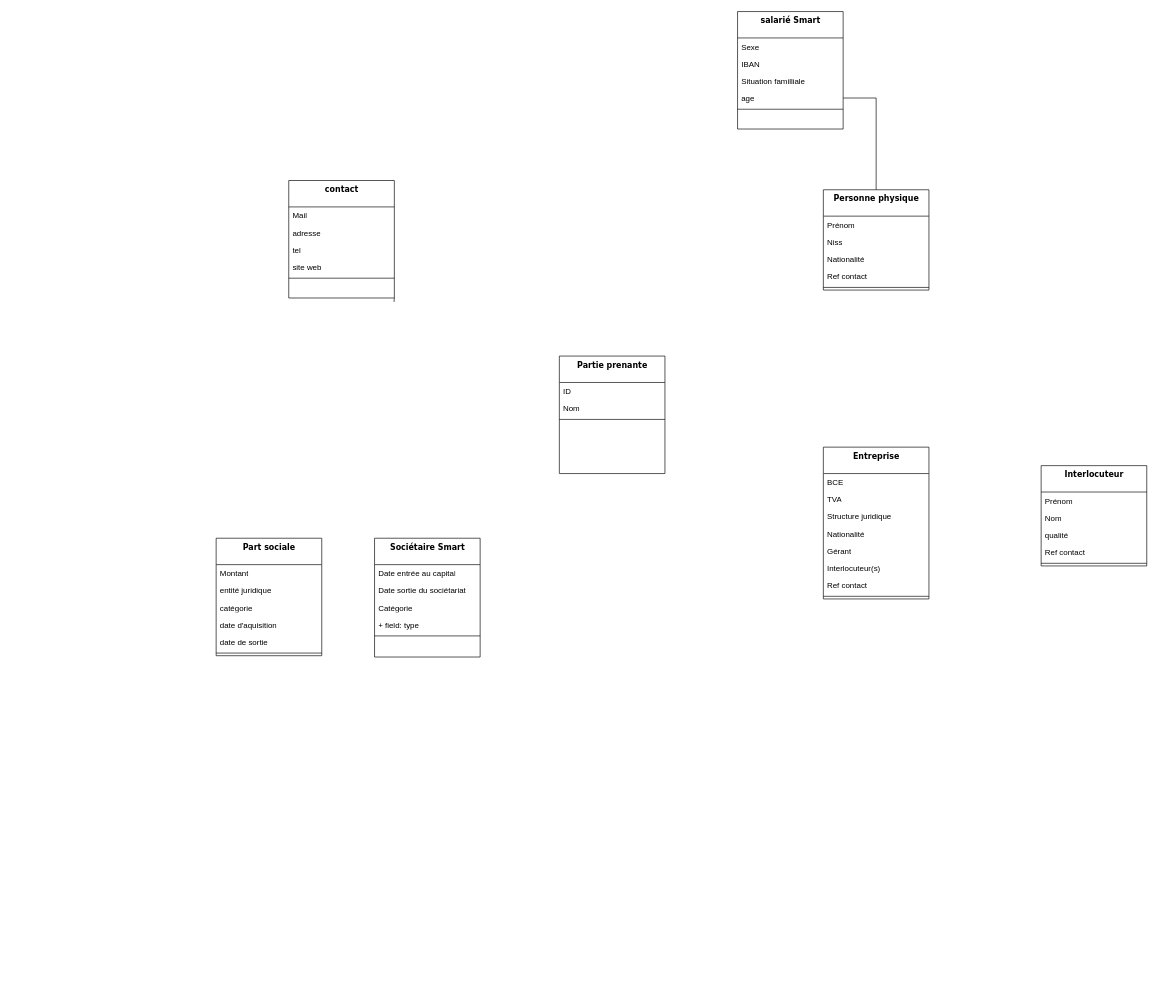
Idir-smart/SandBox keeps this draw.io diagram as page "Modèle conceptuel : Party" (2 of 5) of Model conceptuel.drawio. Above is the earlier version. Source tidied: cells renumbered, new cells numbered last; positions are measured from the earlier drawing's top-left corner, leaving out a move shared by most shapes. Both pictures are drawn from the tidied source at 66%, with x=0, y=0 at pixel (216, 11).
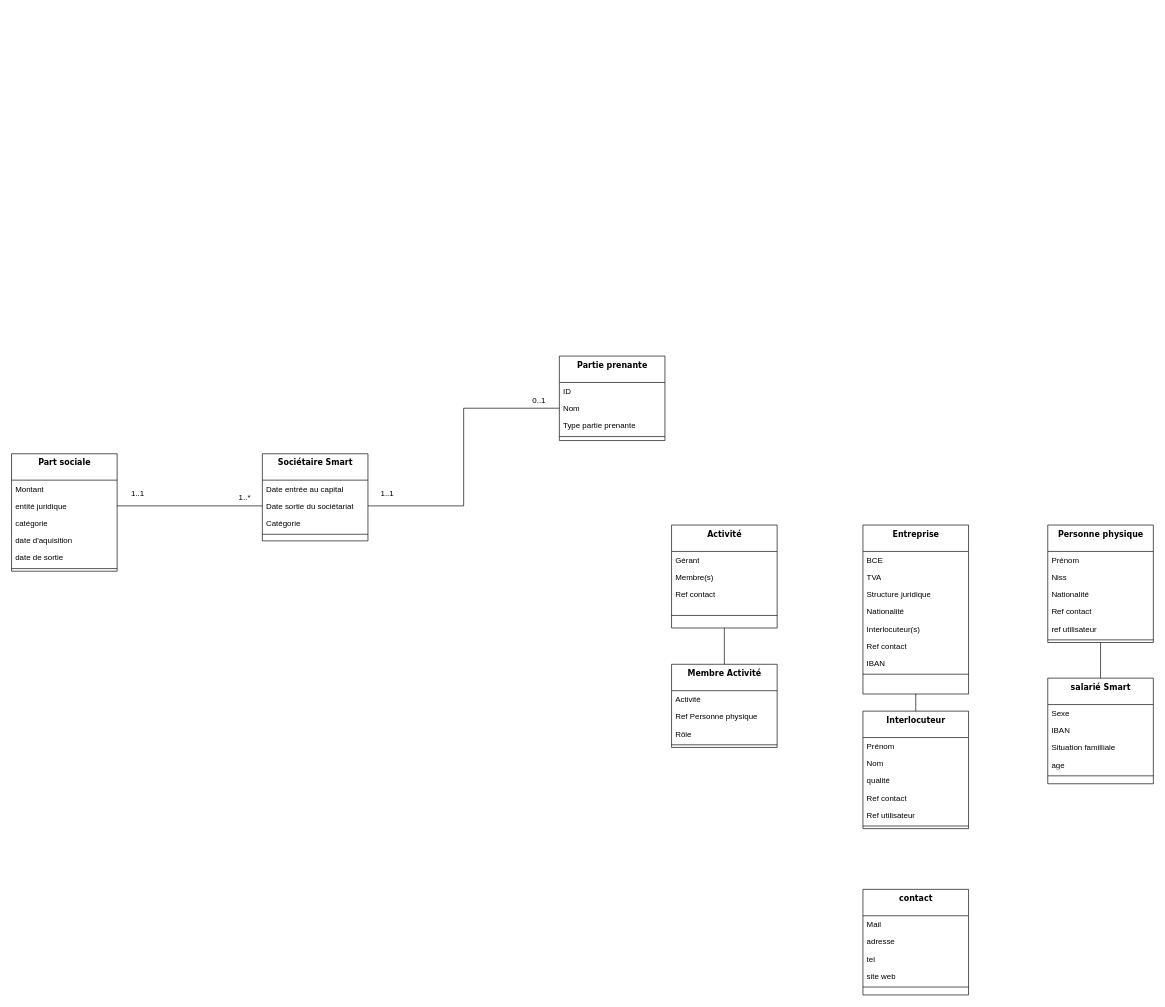
The same diagram, later.

Commit message (it also covers changes not shown here):
Mettre à jour Model conceptuel.drawio

Unchanged cells that the change refers to:
```xml
<mxCell id="4" value="Nom" style="text;html=1;strokeColor=none;fillColor=none;align=left;verticalAlign=top;spacingLeft=4;spacingRight=4;whiteSpace=wrap;overflow=hidden;points=[[0,0.5],[1,0.5]];portConstraint=eastwest;" parent="2" vertex="1">
  <mxGeometry y="66" width="160" height="26" as="geometry" />
</mxCell>
<mxCell id="26" value="age" style="text;html=1;strokeColor=none;fillColor=none;align=left;verticalAlign=top;spacingLeft=4;spacingRight=4;whiteSpace=wrap;overflow=hidden;points=[[0,0.5],[1,0.5]];portConstraint=eastwest;" parent="22" vertex="1">
  <mxGeometry y="118" width="160" height="26" as="geometry" />
</mxCell>
<mxCell id="30" value="Date sortie du sociétariat" style="text;html=1;strokeColor=none;fillColor=none;align=left;verticalAlign=top;spacingLeft=4;spacingRight=4;whiteSpace=wrap;overflow=hidden;points=[[0,0.5],[1,0.5]];portConstraint=eastwest;" parent="28" vertex="1">
  <mxGeometry y="66" width="160" height="26" as="geometry" />
</mxCell>
<mxCell id="43" value="entité juridique" style="text;html=1;strokeColor=none;fillColor=none;align=left;verticalAlign=top;spacingLeft=4;spacingRight=4;whiteSpace=wrap;overflow=hidden;points=[[0,0.5],[1,0.5]];portConstraint=eastwest;" parent="41" vertex="1">
  <mxGeometry y="66" width="160" height="26" as="geometry" />
</mxCell>
```

What changed in the source:
```diff
@@
     <mxCell id="2" value="Partie prenante" style="swimlane;html=1;fontStyle=1;align=center;verticalAlign=top;horizontal=1;startSize=40;swimlaneFillColor=#ffffff;rounded=0;shadow=0;comic=0;labelBackgroundColor=none;strokeWidth=1;fillColor=none;fontFamily=Verdana;fontSize=12;" parent="1" vertex="1">
-      <mxGeometry x="520" y="522" width="160" height="178" as="geometry" />
+      <mxGeometry x="520" y="522" width="160" height="128" as="geometry" />
     </mxCell>
@@
+    <mxCell id="54" value="Type partie prenante" style="text;html=1;strokeColor=none;fillColor=none;align=left;verticalAlign=top;spacingLeft=4;spacingRight=4;whiteSpace=wrap;overflow=hidden;" parent="2" vertex="1">
+      <mxGeometry y="92" width="160" height="26" as="geometry" />
+    </mxCell>
     <mxCell id="5" style="line;html=1;strokeWidth=1;fillColor=none;align=left;verticalAlign=middle;spacingTop=-1;spacingLeft=3;spacingRight=3;labelPosition=right;" parent="2" vertex="1">
-      <mxGeometry y="92" width="160" height="8" as="geometry" />
+      <mxGeometry y="118" width="160" height="8" as="geometry" />
     </mxCell>
+    <mxCell id="55" style="edgeStyle=orthogonalEdgeStyle;rounded=0;jettySize=auto;html=1;exitX=0.5;exitY=1;exitDx=0;exitDy=0;entryX=0.5;entryY=0;entryDx=0;entryDy=0;fontSize=12;startArrow=none;startFill=0;endArrow=none;endFill=0;endSize=6;" parent="1" edge="1" source="6" target="48">
+      <mxGeometry relative="1" as="geometry" />
+    </mxCell>
     <mxCell id="6" value="Entreprise" style="swimlane;html=1;fontStyle=1;align=center;verticalAlign=top;horizontal=1;startSize=40;swimlaneFillColor=#ffffff;rounded=0;shadow=0;comic=0;labelBackgroundColor=none;strokeWidth=1;fillColor=none;fontFamily=Verdana;fontSize=12;" parent="1" vertex="1">
-      <mxGeometry x="920" y="660" width="160" height="230" as="geometry" />
+      <mxGeometry x="980" y="778" width="160" height="256" as="geometry" />
     </mxCell>
@@
-    <mxCell id="11" value="Gérant" style="text;html=1;strokeColor=none;fillColor=none;align=left;verticalAlign=top;spacingLeft=4;spacingRight=4;whiteSpace=wrap;overflow=hidden;" parent="6" vertex="1">
-      <mxGeometry y="144" width="160" height="26" as="geometry" />
-    </mxCell>
     <mxCell id="12" value="Interlocuteur(s)" style="text;html=1;strokeColor=none;fillColor=none;align=left;verticalAlign=top;spacingLeft=4;spacingRight=4;whiteSpace=wrap;overflow=hidden;" parent="6" vertex="1">
-      <mxGeometry y="170" width="160" height="26" as="geometry" />
+      <mxGeometry y="144" width="160" height="26" as="geometry" />
     </mxCell>
     <mxCell id="13" value="Ref contact" style="text;html=1;strokeColor=none;fillColor=none;align=left;verticalAlign=top;spacingLeft=4;spacingRight=4;whiteSpace=wrap;overflow=hidden;" parent="6" vertex="1">
-      <mxGeometry y="196" width="160" height="26" as="geometry" />
+      <mxGeometry y="170" width="160" height="26" as="geometry" />
     </mxCell>
+    <mxCell id="56" value="IBAN" style="text;html=1;strokeColor=none;fillColor=none;align=left;verticalAlign=top;spacingLeft=4;spacingRight=4;whiteSpace=wrap;overflow=hidden;" parent="6" vertex="1">
+      <mxGeometry y="196" width="160" height="26" as="geometry" />
+    </mxCell>
@@
-    <mxCell id="15" style="edgeStyle=orthogonalEdgeStyle;rounded=0;jettySize=auto;html=1;exitX=0.5;exitY=0;exitDx=0;exitDy=0;entryX=1;entryY=0.5;entryDx=0;entryDy=0;fontSize=12;startArrow=none;startFill=0;endArrow=none;endFill=0;endSize=6;" parent="1" edge="1" source="16" target="26">
-      <mxGeometry relative="1" as="geometry" />
-    </mxCell>
+    <mxCell id="57" style="edgeStyle=orthogonalEdgeStyle;rounded=0;jettySize=auto;html=1;exitX=0.5;exitY=1;exitDx=0;exitDy=0;entryX=0.5;entryY=0;entryDx=0;entryDy=0;fontSize=12;startArrow=none;startFill=0;endArrow=none;endFill=0;endSize=6;" parent="1" edge="1" source="16" target="22">
+      <mxGeometry relative="1" as="geometry" />
+    </mxCell>
     <mxCell id="16" value="Personne physique" style="swimlane;html=1;fontStyle=1;align=center;verticalAlign=top;horizontal=1;startSize=40;swimlaneFillColor=#ffffff;rounded=0;shadow=0;comic=0;labelBackgroundColor=none;strokeWidth=1;fillColor=none;fontFamily=Verdana;fontSize=12;" parent="1" vertex="1">
-      <mxGeometry x="920" y="270" width="160" height="152" as="geometry" />
+      <mxGeometry x="1260" y="778" width="160" height="178" as="geometry" />
     </mxCell>
@@
+    <mxCell id="58" value="ref utilisateur" style="text;html=1;strokeColor=none;fillColor=none;align=left;verticalAlign=top;spacingLeft=4;spacingRight=4;whiteSpace=wrap;overflow=hidden;" parent="16" vertex="1">
+      <mxGeometry y="144" width="160" height="26" as="geometry" />
+    </mxCell>
     <mxCell id="21" style="line;html=1;strokeWidth=1;fillColor=none;align=left;verticalAlign=middle;spacingTop=-1;spacingLeft=3;spacingRight=3;labelPosition=right;" parent="16" vertex="1">
-      <mxGeometry y="144" width="160" height="8" as="geometry" />
+      <mxGeometry y="170" width="160" height="8" as="geometry" />
     </mxCell>
     <mxCell id="22" value="salarié Smart" style="swimlane;html=1;fontStyle=1;align=center;verticalAlign=top;horizontal=1;startSize=40;swimlaneFillColor=#ffffff;rounded=0;shadow=0;comic=0;labelBackgroundColor=none;strokeWidth=1;fillColor=none;fontFamily=Verdana;fontSize=12;" parent="1" vertex="1">
-      <mxGeometry x="790" width="160" height="178" as="geometry" />
+      <mxGeometry x="1260" y="1010" width="160" height="160" as="geometry" />
     </mxCell>
@@
     <mxCell id="28" value="Sociétaire Smart" style="swimlane;html=1;fontStyle=1;align=center;verticalAlign=top;horizontal=1;startSize=40;swimlaneFillColor=#ffffff;rounded=0;shadow=0;comic=0;labelBackgroundColor=none;strokeWidth=1;fillColor=none;fontFamily=Verdana;fontSize=12;" parent="1" vertex="1">
-      <mxGeometry x="240" y="798" width="160" height="180" as="geometry" />
+      <mxGeometry x="70" y="670" width="160" height="132" as="geometry" />
     </mxCell>
@@
-    <mxCell id="32" value="+ field: type" style="text;html=1;strokeColor=none;fillColor=none;align=left;verticalAlign=top;spacingLeft=4;spacingRight=4;whiteSpace=wrap;overflow=hidden;" parent="28" vertex="1">
-      <mxGeometry y="118" width="160" height="26" as="geometry" />
-    </mxCell>
     <mxCell id="33" style="line;html=1;strokeWidth=1;fillColor=none;align=left;verticalAlign=middle;spacingTop=-1;spacingLeft=3;spacingRight=3;labelPosition=right;" parent="28" vertex="1">
-      <mxGeometry y="144" width="160" height="8" as="geometry" />
+      <mxGeometry y="118" width="160" height="8" as="geometry" />
     </mxCell>
-    <mxCell id="34" style="edgeStyle=orthogonalEdgeStyle;rounded=0;jettySize=auto;html=1;exitX=1;exitY=1;exitDx=0;exitDy=0;fontSize=12;startArrow=none;startFill=0;endArrow=none;endFill=0;endSize=6;" parent="1" edge="1" source="35">
-      <mxGeometry relative="1" as="geometry">
-        <mxPoint x="269.5" y="440" as="targetPoint" />
-      </mxGeometry>
-    </mxCell>
     <mxCell id="35" value="contact" style="swimlane;html=1;fontStyle=1;align=center;verticalAlign=top;horizontal=1;startSize=40;swimlaneFillColor=#ffffff;rounded=0;shadow=0;comic=0;labelBackgroundColor=none;strokeWidth=1;fillColor=none;fontFamily=Verdana;fontSize=12;" parent="1" vertex="1">
-      <mxGeometry x="110" y="256" width="160" height="178" as="geometry" />
+      <mxGeometry x="980" y="1330" width="160" height="160" as="geometry" />
     </mxCell>
@@
     <mxCell id="41" value="Part sociale" style="swimlane;html=1;fontStyle=1;align=center;verticalAlign=top;horizontal=1;startSize=40;swimlaneFillColor=#ffffff;rounded=0;shadow=0;comic=0;labelBackgroundColor=none;strokeWidth=1;fillColor=none;fontFamily=Verdana;fontSize=12;" parent="1" vertex="1">
-      <mxGeometry y="798" width="160" height="178" as="geometry" />
+      <mxGeometry x="-310" y="670" width="160" height="178" as="geometry" />
     </mxCell>
@@
     <mxCell id="48" value="Interlocuteur" style="swimlane;html=1;fontStyle=1;align=center;verticalAlign=top;horizontal=1;startSize=40;swimlaneFillColor=#ffffff;rounded=0;shadow=0;comic=0;labelBackgroundColor=none;strokeWidth=1;fillColor=none;fontFamily=Verdana;fontSize=12;" parent="1" vertex="1">
-      <mxGeometry x="1250" y="688" width="160" height="152" as="geometry" />
+      <mxGeometry x="980" y="1060" width="160" height="178" as="geometry" />
     </mxCell>
@@
+    <mxCell id="59" value="Ref utilisateur" style="text;html=1;strokeColor=none;fillColor=none;align=left;verticalAlign=top;spacingLeft=4;spacingRight=4;whiteSpace=wrap;overflow=hidden;" parent="48" vertex="1">
+      <mxGeometry y="144" width="160" height="26" as="geometry" />
+    </mxCell>
     <mxCell id="53" style="line;html=1;strokeWidth=1;fillColor=none;align=left;verticalAlign=middle;spacingTop=-1;spacingLeft=3;spacingRight=3;labelPosition=right;" parent="48" vertex="1">
-      <mxGeometry y="144" width="160" height="8" as="geometry" />
+      <mxGeometry y="170" width="160" height="8" as="geometry" />
     </mxCell>
+    <mxCell id="60" style="edgeStyle=orthogonalEdgeStyle;rounded=0;jettySize=auto;html=1;exitX=0.5;exitY=0;exitDx=0;exitDy=0;entryX=0.5;entryY=1;entryDx=0;entryDy=0;fontSize=12;startArrow=none;startFill=0;endArrow=none;endFill=0;endSize=6;" parent="1" edge="1" source="61" target="66">
+      <mxGeometry relative="1" as="geometry" />
+    </mxCell>
+    <mxCell id="61" value="Membre Activité" style="swimlane;html=1;fontStyle=1;align=center;verticalAlign=top;horizontal=1;startSize=40;swimlaneFillColor=#ffffff;rounded=0;shadow=0;comic=0;labelBackgroundColor=none;strokeWidth=1;fillColor=none;fontFamily=Verdana;fontSize=12;" parent="1" vertex="1">
+      <mxGeometry x="690" y="989" width="160" height="126" as="geometry" />
+    </mxCell>
+    <mxCell id="62" value="Activité" style="text;html=1;strokeColor=none;fillColor=none;align=left;verticalAlign=top;spacingLeft=4;spacingRight=4;whiteSpace=wrap;overflow=hidden;" parent="61" vertex="1">
+      <mxGeometry y="40" width="160" height="26" as="geometry" />
+    </mxCell>
+    <mxCell id="63" value="Ref Personne physique" style="text;html=1;strokeColor=none;fillColor=none;align=left;verticalAlign=top;spacingLeft=4;spacingRight=4;whiteSpace=wrap;overflow=hidden;" parent="61" vertex="1">
+      <mxGeometry y="66" width="160" height="26" as="geometry" />
+    </mxCell>
+    <mxCell id="64" value="Rôle" style="text;html=1;strokeColor=none;fillColor=none;align=left;verticalAlign=top;spacingLeft=4;spacingRight=4;whiteSpace=wrap;overflow=hidden;" parent="61" vertex="1">
+      <mxGeometry y="92" width="160" height="26" as="geometry" />
+    </mxCell>
+    <mxCell id="65" style="line;html=1;strokeWidth=1;fillColor=none;align=left;verticalAlign=middle;spacingTop=-1;spacingLeft=3;spacingRight=3;labelPosition=right;" parent="61" vertex="1">
+      <mxGeometry y="118" width="160" height="8" as="geometry" />
+    </mxCell>
+    <mxCell id="66" value="Activité" style="swimlane;html=1;fontStyle=1;align=center;verticalAlign=top;horizontal=1;startSize=40;swimlaneFillColor=#ffffff;rounded=0;shadow=0;comic=0;labelBackgroundColor=none;strokeWidth=1;fillColor=none;fontFamily=Verdana;fontSize=12;" parent="1" vertex="1">
+      <mxGeometry x="690" y="778" width="160" height="156" as="geometry" />
+    </mxCell>
+    <mxCell id="11" value="Gérant" style="text;html=1;strokeColor=none;fillColor=none;align=left;verticalAlign=top;spacingLeft=4;spacingRight=4;whiteSpace=wrap;overflow=hidden;" parent="66" vertex="1">
+      <mxGeometry y="40" width="160" height="26" as="geometry" />
+    </mxCell>
+    <mxCell id="67" value="Membre(s)" style="text;html=1;strokeColor=none;fillColor=none;align=left;verticalAlign=top;spacingLeft=4;spacingRight=4;whiteSpace=wrap;overflow=hidden;" parent="66" vertex="1">
+      <mxGeometry y="66" width="160" height="26" as="geometry" />
+    </mxCell>
+    <mxCell id="68" value="Ref contact" style="text;html=1;strokeColor=none;fillColor=none;align=left;verticalAlign=top;spacingLeft=4;spacingRight=4;whiteSpace=wrap;overflow=hidden;" parent="66" vertex="1">
+      <mxGeometry y="92" width="160" height="26" as="geometry" />
+    </mxCell>
+    <mxCell id="69" style="line;html=1;strokeWidth=1;fillColor=none;align=left;verticalAlign=middle;spacingTop=-1;spacingLeft=3;spacingRight=3;labelPosition=right;" parent="66" vertex="1">
+      <mxGeometry y="118" width="160" height="38" as="geometry" />
+    </mxCell>
+    <mxCell id="70" style="edgeStyle=orthogonalEdgeStyle;rounded=0;jettySize=auto;html=1;exitX=0;exitY=0.5;exitDx=0;exitDy=0;entryX=1;entryY=0.5;entryDx=0;entryDy=0;fontSize=12;startArrow=none;startFill=0;endArrow=none;endFill=0;endSize=6;" parent="1" edge="1" source="4" target="30">
+      <mxGeometry relative="1" as="geometry" />
+    </mxCell>
+    <mxCell id="71" value="0..1" style="edgeLabel;html=1;align=center;verticalAlign=middle;fontSize=12;" parent="70" vertex="1">
+      <mxGeometry x="-0.92" y="6" relative="1" as="geometry">
+        <mxPoint x="-14" y="-19" as="offset" />
+      </mxGeometry>
+    </mxCell>
+    <mxCell id="72" value="1..1" style="edgeLabel;html=1;align=center;verticalAlign=middle;fontSize=12;" parent="70" vertex="1">
+      <mxGeometry x="0.87" relative="1" as="geometry">
+        <mxPoint y="-19" as="offset" />
+      </mxGeometry>
+    </mxCell>
+    <mxCell id="73" style="edgeStyle=orthogonalEdgeStyle;rounded=0;jettySize=auto;html=1;exitX=0;exitY=0.5;exitDx=0;exitDy=0;entryX=1;entryY=0.5;entryDx=0;entryDy=0;fontSize=12;startArrow=none;startFill=0;endArrow=none;endFill=0;endSize=6;" parent="1" edge="1" source="30" target="43">
+      <mxGeometry relative="1" as="geometry" />
+    </mxCell>
+    <mxCell id="74" value="1..*" style="edgeLabel;html=1;align=center;verticalAlign=middle;fontSize=12;" parent="73" vertex="1">
+      <mxGeometry x="-0.75" y="2" relative="1" as="geometry">
+        <mxPoint y="-15" as="offset" />
+      </mxGeometry>
+    </mxCell>
+    <mxCell id="75" value="1..1" style="edgeLabel;html=1;align=center;verticalAlign=middle;fontSize=12;" parent="73" vertex="1">
+      <mxGeometry x="0.83" y="-3" relative="1" as="geometry">
+        <mxPoint x="11" y="-16" as="offset" />
+      </mxGeometry>
+    </mxCell>
```
